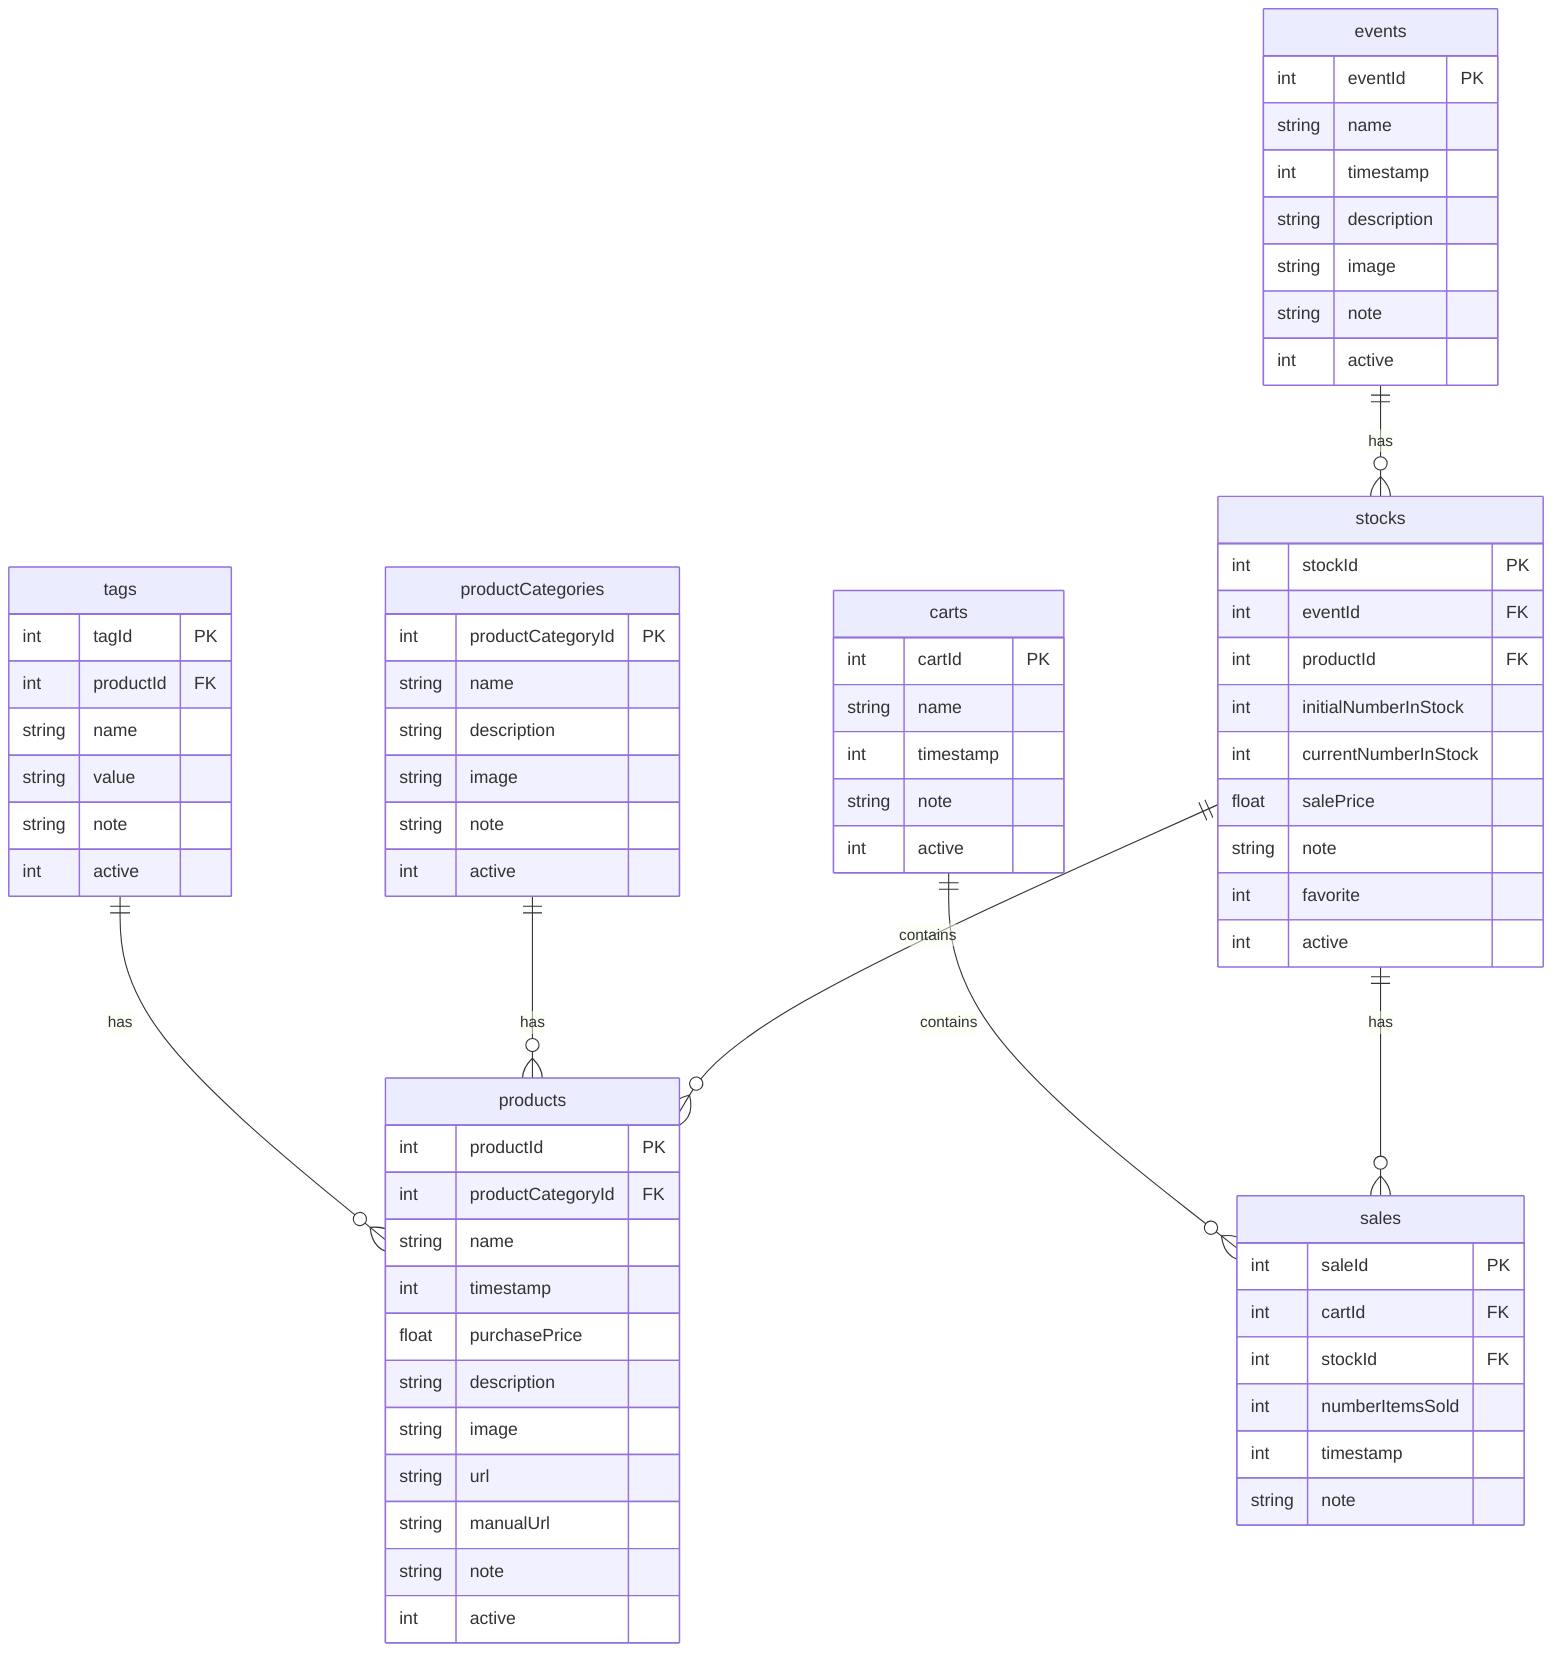
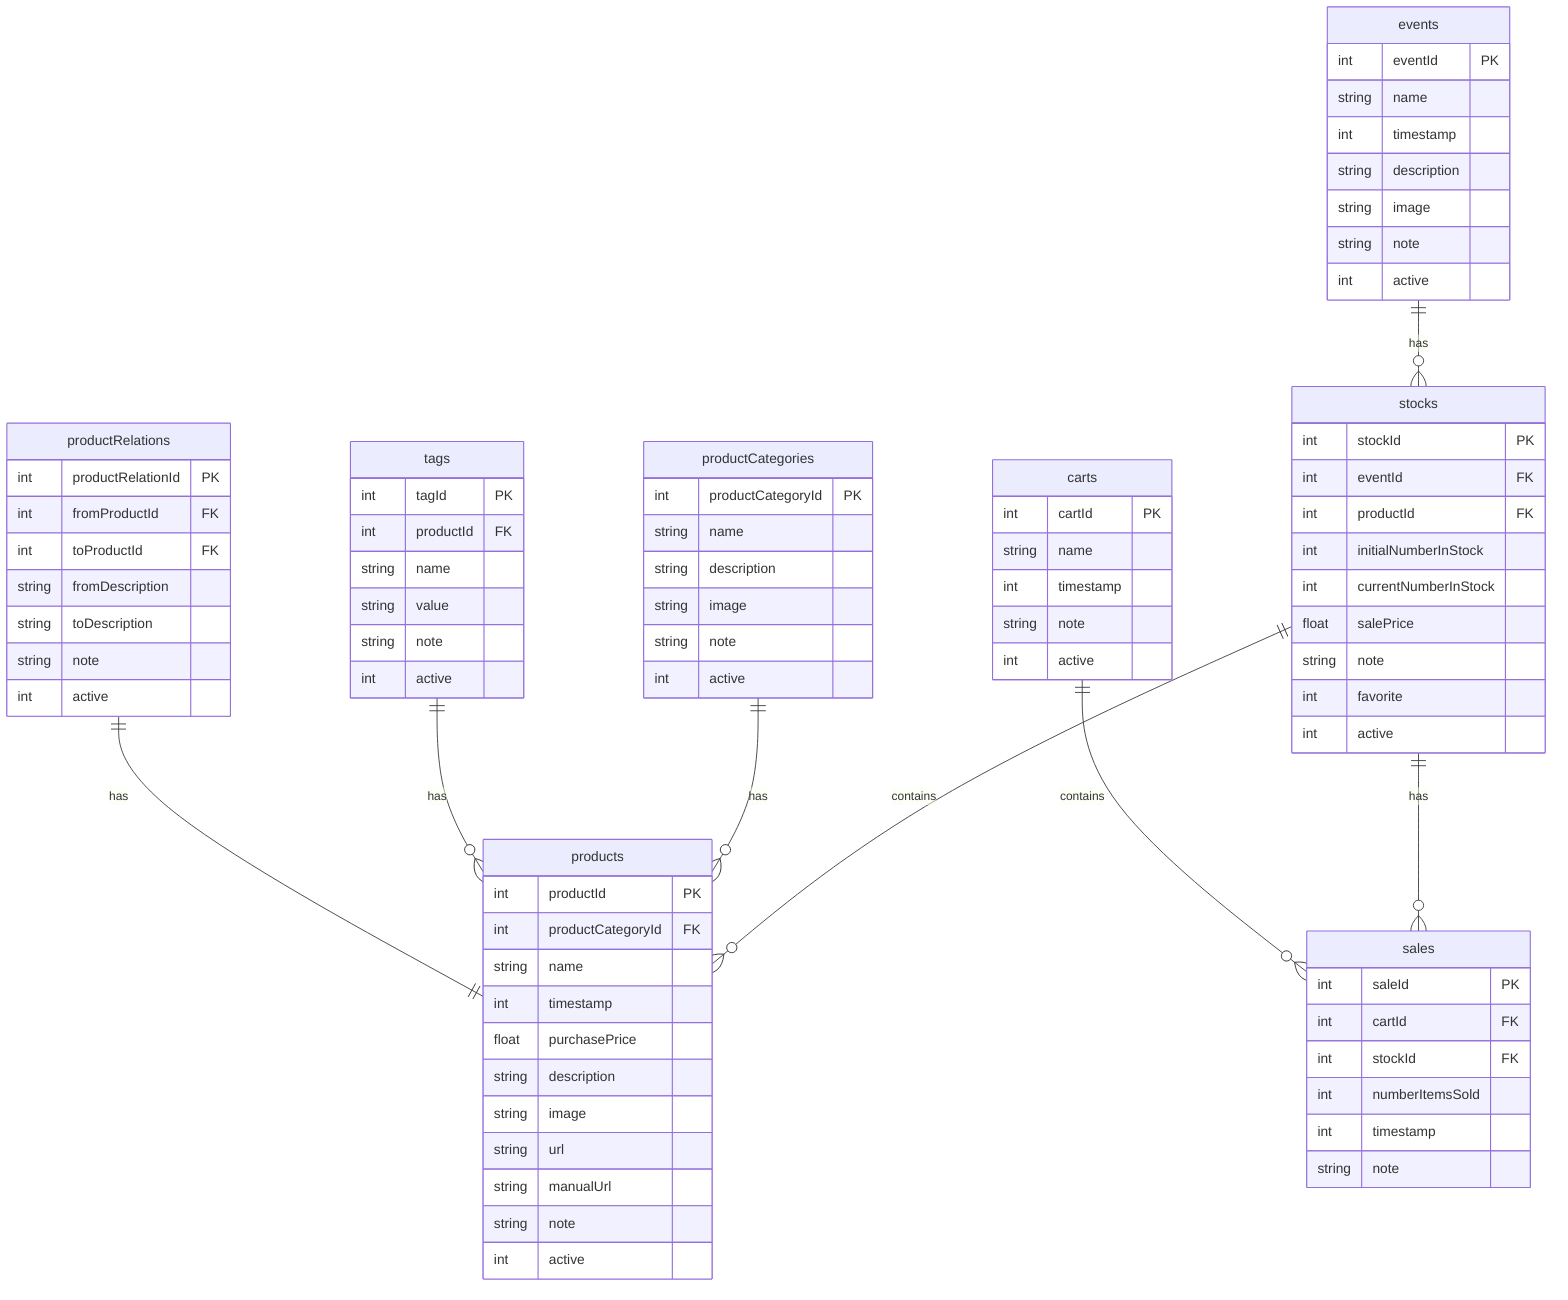
erDiagram
     stocks ||--o{ products : contains
     events ||--o{ stocks : has
     stocks ||--o{ sales : has
     productCategories ||--o{ products : has
     tags ||--o{ products : has
     carts ||--o{ sales : contains
+      productRelations ||--|| products : has

     events {
         int eventId PK
         string name
         int timestamp
         string description
         string image
         string note
         int active
     }

     productCategories {
         int productCategoryId PK
         string name
         string description
         string image
         string note
         int active
     }

     products {
         int productId PK
         int productCategoryId FK
         string name
         int timestamp
         float purchasePrice
         string description
         string image
         string url
         string manualUrl
+          string note
+          int active
+      }
+ 
+ 
+      productRelations {
+          int productRelationId PK
+          int fromProductId FK
+          int toProductId FK
+          string fromDescription
+          string toDescription
         string note
         int active
     }

     stocks {
         int stockId PK
         int eventId FK
         int productId FK
         int initialNumberInStock
         int currentNumberInStock
         float salePrice
         string note
         int favorite
         int active
     }

     carts {
         int cartId PK
         string name
         int timestamp
         string note
         int active
     }

     sales {
         int saleId PK
         int cartId FK
         int stockId FK
         int numberItemsSold
         int timestamp
         string note
     }

     tags {
         int tagId PK
         int productId FK
         string name
         string value
         string note
         int active
     }
